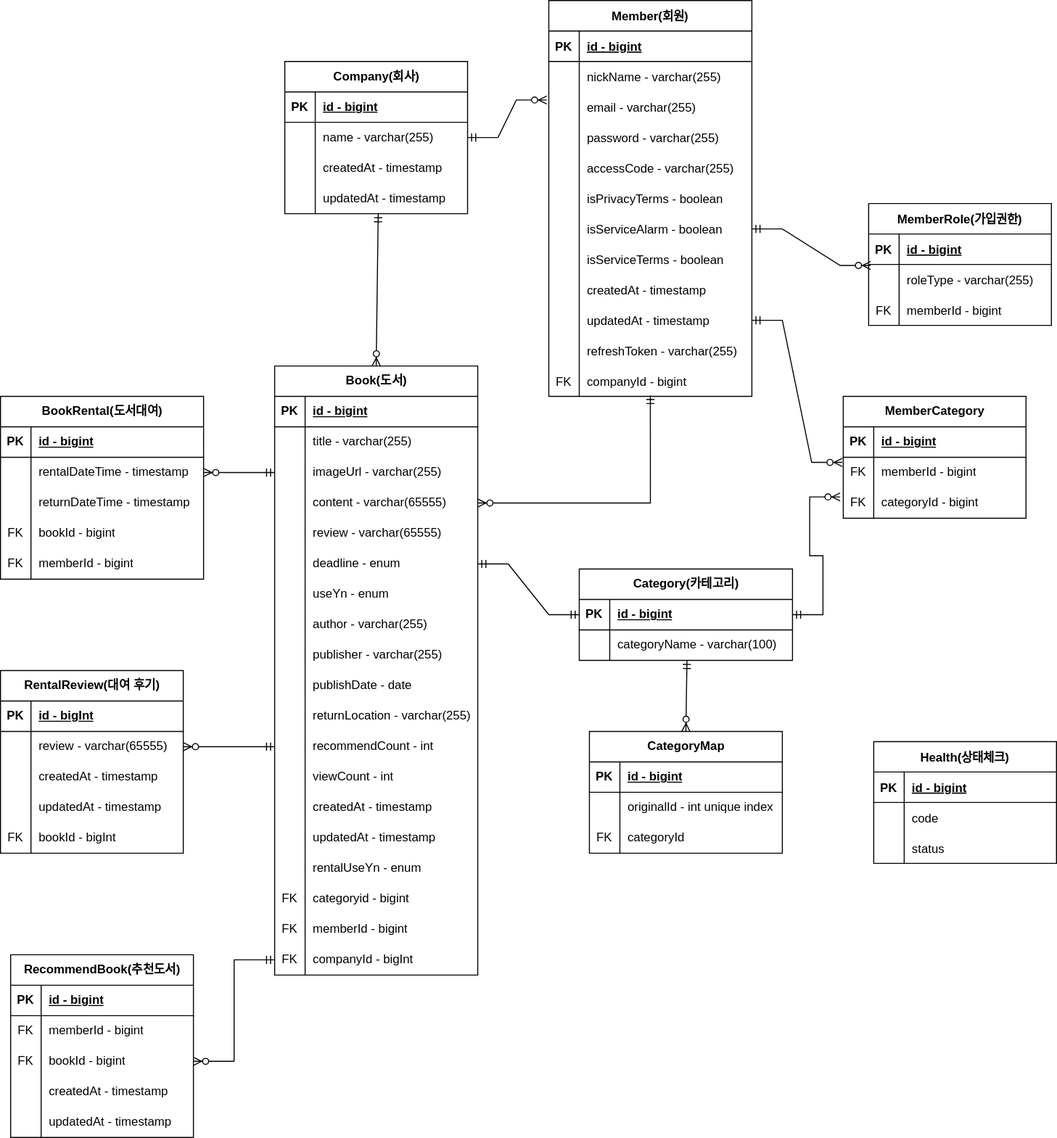
Earlier version of the draw.io export document/litarary.drawio.svg (dukki-labs/litarary). Source tidied: cells renumbered, new cells last; positions are measured from the earlier drawing's top-left corner, leaving out a move shared by most shapes.
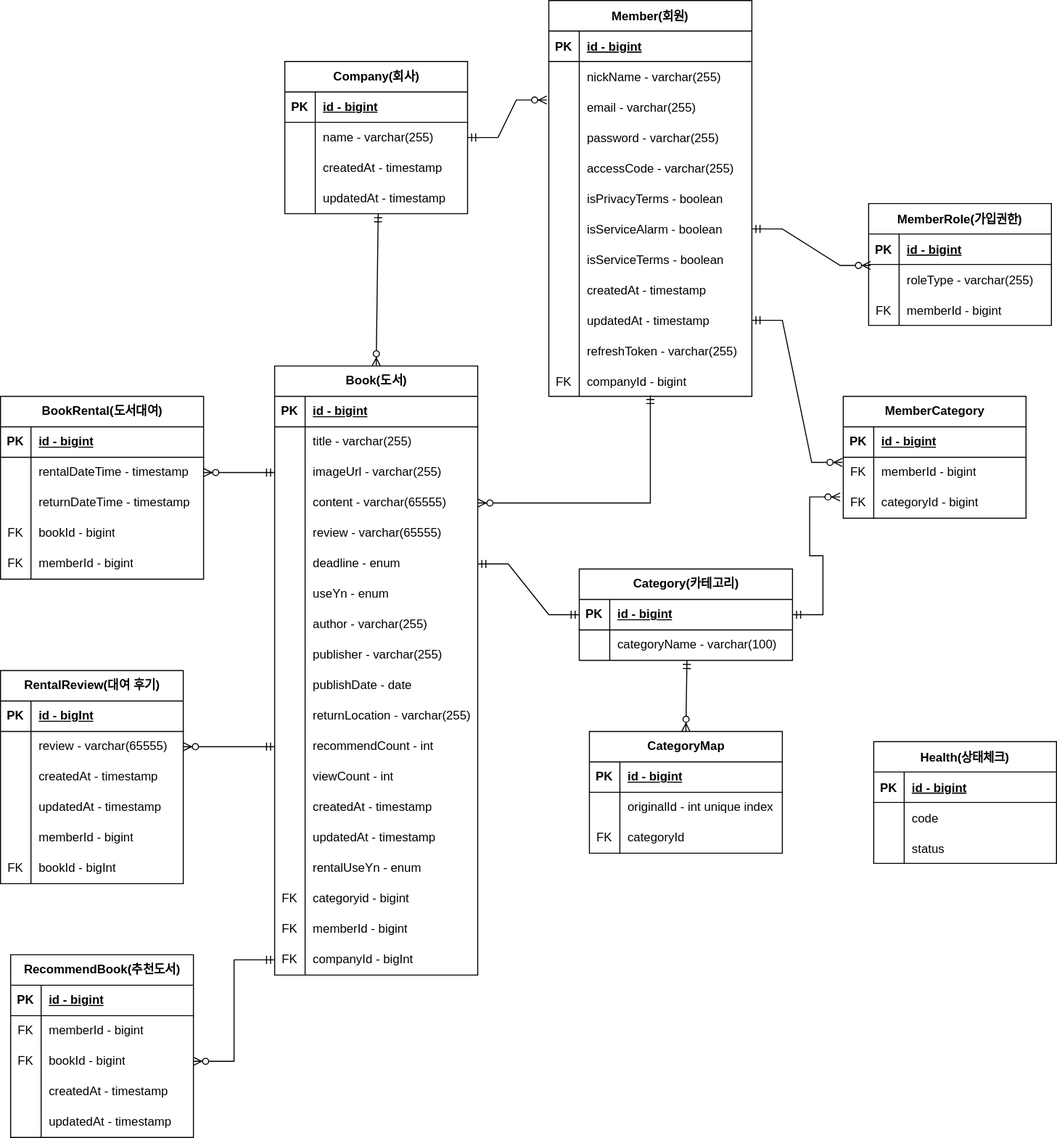
The same file after the commit.

Change to the diagram source:
```diff
@@ -543,7 +543,7 @@
       <mxGeometry relative="1" as="geometry" />
     </mxCell>
     <mxCell id="182" value="RentalReview(대여 후기)" style="shape=table;startSize=30;rowLines=0;fontStyle=1;align=center;html=1;" parent="1" vertex="1">
-      <mxGeometry y="660" width="180" height="180" as="geometry" />
+      <mxGeometry y="660" width="180" height="210" as="geometry" />
     </mxCell>
     <mxCell id="183" style="shape=tableRow;horizontal=0;startSize=0;swimlaneHead=0;swimlaneBody=0;fillColor=none;top=0;left=0;right=0;bottom=1;" parent="182" vertex="1">
       <mxGeometry y="30" width="180" height="30" as="geometry" />
@@ -581,8 +581,17 @@
     <mxCell id="194" value="updatedAt - timestamp" style="shape=partialRectangle;fillColor=none;top=0;left=0;bottom=0;right=0;align=left;spacingLeft=6;overflow=hidden;whiteSpace=wrap;html=1;" parent="192" vertex="1">
       <mxGeometry x="30" width="150" height="30" as="geometry" />
     </mxCell>
+    <mxCell id="216" style="shape=tableRow;horizontal=0;startSize=0;swimlaneHead=0;swimlaneBody=0;fillColor=none;top=0;left=0;right=0;bottom=0;" parent="182" vertex="1">
+      <mxGeometry y="150" width="180" height="30" as="geometry" />
+    </mxCell>
+    <mxCell id="217" style="shape=partialRectangle;fillColor=none;top=0;left=0;bottom=0;right=0;overflow=hidden;whiteSpace=wrap;html=1;" parent="216" vertex="1">
+      <mxGeometry width="30" height="30" as="geometry" />
+    </mxCell>
+    <mxCell id="218" value="memberId - bigint" style="shape=partialRectangle;fillColor=none;top=0;left=0;bottom=0;right=0;align=left;spacingLeft=6;overflow=hidden;whiteSpace=wrap;html=1;" parent="216" vertex="1">
+      <mxGeometry x="30" width="150" height="30" as="geometry" />
+    </mxCell>
     <mxCell id="195" style="shape=tableRow;horizontal=0;startSize=0;swimlaneHead=0;swimlaneBody=0;fillColor=none;top=0;left=0;right=0;bottom=0;" parent="182" vertex="1">
-      <mxGeometry y="150" width="180" height="30" as="geometry" />
+      <mxGeometry y="180" width="180" height="30" as="geometry" />
     </mxCell>
     <mxCell id="196" value="FK" style="shape=partialRectangle;fillColor=none;top=0;left=0;bottom=0;right=0;overflow=hidden;whiteSpace=wrap;html=1;" parent="195" vertex="1">
       <mxGeometry width="30" height="30" as="geometry" />
```
